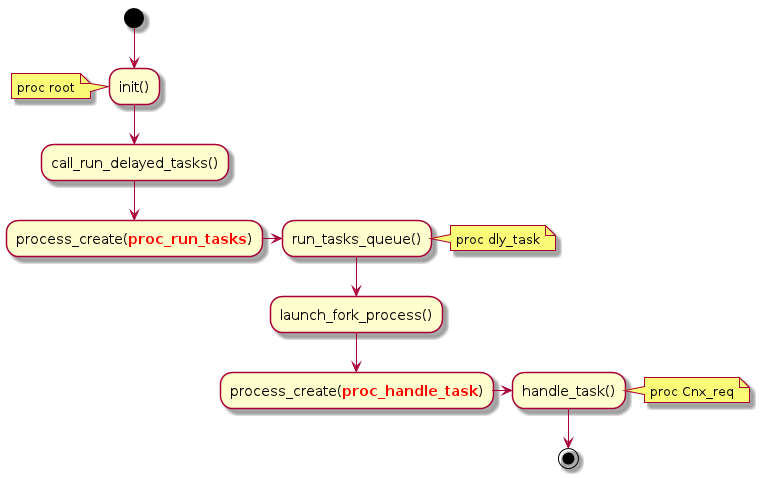
Earlier version of the PlantUML export doc/UML/Call_procs.png (tof25/DST).
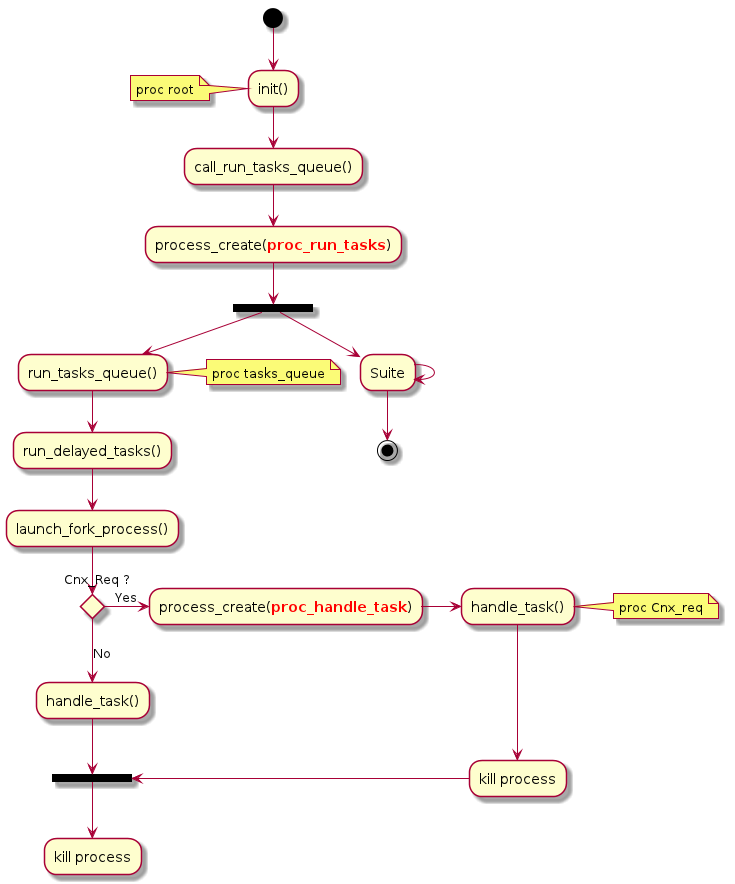
Later version of the same file.

Change to the diagram source:
```diff
@@ -2,14 +2,29 @@
 
 (*top) --> "init()"
 note left: proc root
---> "call_run_delayed_tasks()"
+--> "call_run_tasks_queue()"
 --> "process_create(<b><color:red>proc_run_tasks</color></b>)"
--right-> "run_tasks_queue()"
-note right: proc dly_task
+--> == FORK ==
+--> "run_tasks_queue()"
+note right: proc tasks_queue
+--> "run_delayed_tasks()"
 --> "launch_fork_process()"
---> "process_create(<b><color:red>proc_handle_task</color></b>)"
--right-> "handle_task()"
-note right: proc Cnx_req
+if "Cnx_Req ?" then
+    -->[No] "handle_task()" as h1
+    --> == SUITE ==
+else
+    -right->[Yes] "process_create(<b><color:red>proc_handle_task</color></b>)"
+    -right-> "handle_task()"
+    note right: proc Cnx_req
+    --> "kill process" as k1
+    -left-> == SUITE ==
+endif
+
+== FORK == --> "Suite"
+--> "Suite"
 --> (*)
 
+== SUITE == --> "kill process"
+
+
 @enduml
```
